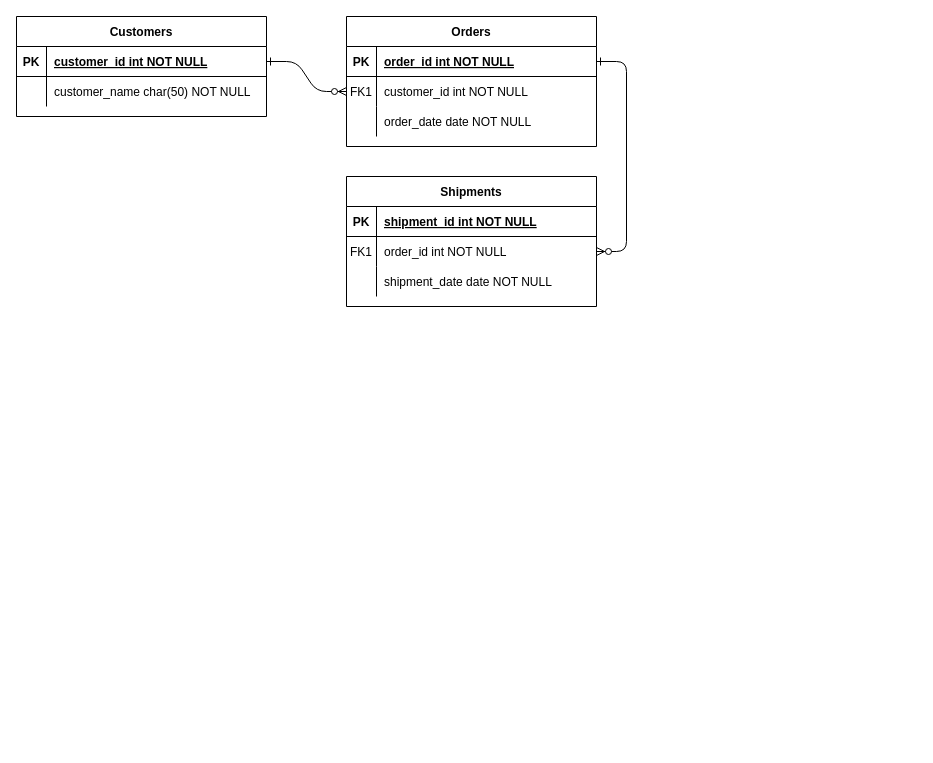
CharlesRigal/projet_website keeps this draw.io diagram as Untitled Diagram.drawio. Above is the earlier version. Source tidied: cells renumbered, new cells numbered last; positions are measured from the earlier drawing's top-left corner, leaving out a move shared by most shapes. Both pictures are drawn from the tidied source at 100%, with x=0, y=0 at pixel (16, 16).
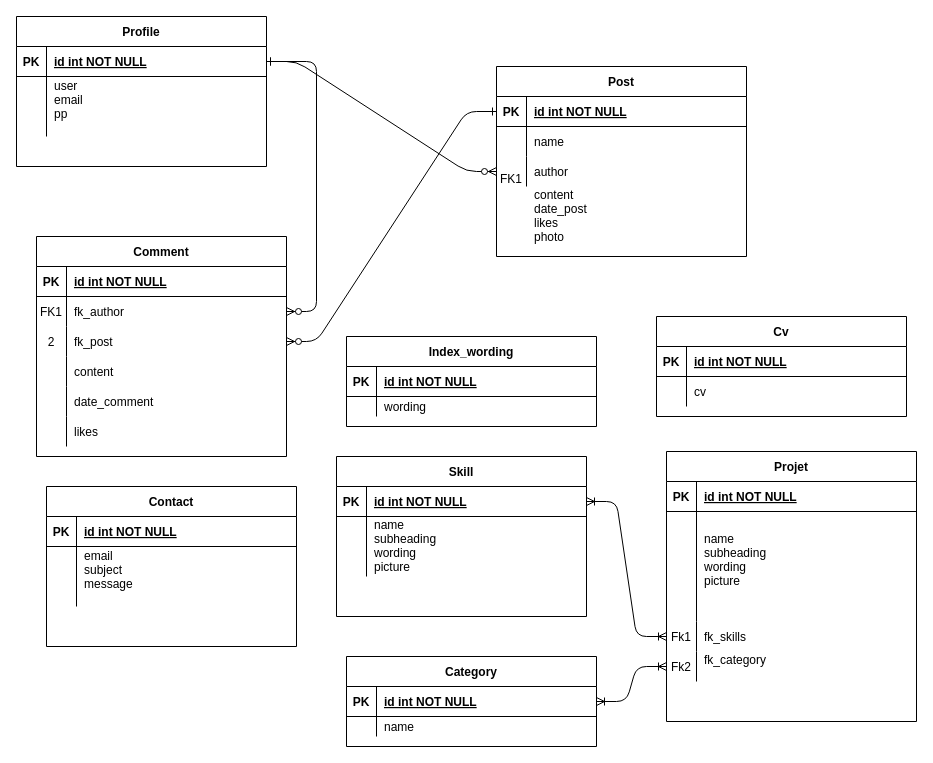
The same page after the edit.

The change refers to these unchanged cells:
```xml
<mxCell id="5" style="shape=partialRectangle;fillColor=none;points=[[0,0.5],[1,0.5]];portConstraint=eastwest;top=0;left=0;right=0;bottom=1;" parent="4" vertex="1">
  <mxGeometry y="30" width="250" height="30" as="geometry" />
</mxCell>
<mxCell id="8" style="shape=partialRectangle;fillColor=none;points=[[0,0.5],[1,0.5]];portConstraint=eastwest;top=0;left=0;right=0;bottom=0;" parent="4" vertex="1">
  <mxGeometry y="60" width="250" height="30" as="geometry" />
</mxCell>
<mxCell id="11" style="shape=partialRectangle;fillColor=none;points=[[0,0.5],[1,0.5]];portConstraint=eastwest;top=0;left=0;right=0;bottom=0;" parent="4" vertex="1">
  <mxGeometry y="90" width="250" height="30" as="geometry" />
</mxCell>
<mxCell id="15" style="shape=partialRectangle;fillColor=none;top=0;left=0;right=0;bottom=1;" parent="14" vertex="1">
  <mxGeometry y="30" width="250" height="30" as="geometry" />
</mxCell>
<mxCell id="18" style="shape=partialRectangle;fillColor=none;points=[[0,0.5],[1,0.5]];portConstraint=eastwest;top=0;left=0;right=0;bottom=0;" parent="14" vertex="1">
  <mxGeometry y="60" width="250" height="30" as="geometry" />
</mxCell>
<mxCell id="25" style="shape=partialRectangle;fillColor=none;points=[[0,0.5],[1,0.5]];portConstraint=eastwest;top=0;left=0;right=0;bottom=1;" parent="24" vertex="1">
  <mxGeometry y="30" width="250" height="30" as="geometry" />
</mxCell>
```

What changed in the source:
```diff
@@
-    <mxCell id="2" style="edgeStyle=entityRelationEdgeStyle;endArrow=ERzeroToMany;startArrow=ERone;endFill=1;startFill=0;" parent="1" edge="1" source="25" target="8">
+    <mxCell id="2" style="edgeStyle=entityRelationEdgeStyle;endArrow=ERzeroToMany;startArrow=ERone;endFill=1;startFill=0;" parent="1" edge="1" source="25" target="11">
       <mxGeometry relative="1" as="geometry" />
     </mxCell>
-    <mxCell id="3" style="edgeStyle=entityRelationEdgeStyle;endArrow=ERzeroToMany;startArrow=ERone;endFill=1;startFill=0;" parent="1" edge="1" source="5" target="18">
+    <mxCell id="3" style="edgeStyle=entityRelationEdgeStyle;endArrow=ERzeroToMany;startArrow=ERone;endFill=1;startFill=0;" parent="1" edge="1" source="25" target="18">
       <mxGeometry relative="1" as="geometry" />
     </mxCell>
-    <mxCell id="4" value="Orders" style="shape=table;startSize=30;childLayout=tableLayout;rowLines=0;fontStyle=1;align=center;" parent="1" vertex="1">
-      <mxGeometry x="330" width="250" height="130" as="geometry" />
+    <mxCell id="4" value="Post" style="shape=table;startSize=30;childLayout=tableLayout;rowLines=0;fontStyle=1;align=center;" parent="1" vertex="1">
+      <mxGeometry x="480" y="50" width="250" height="190" as="geometry" />
     </mxCell>
@@
-    <mxCell id="7" value="order_id int NOT NULL " style="shape=partialRectangle;overflow=hidden;fillColor=none;top=0;left=0;bottom=0;right=0;align=left;spacingLeft=6;fontStyle=5;" parent="5" vertex="1">
+    <mxCell id="7" value="id int NOT NULL " style="shape=partialRectangle;overflow=hidden;fillColor=none;top=0;left=0;bottom=0;right=0;align=left;spacingLeft=6;fontStyle=5;" parent="5" vertex="1">
       <mxGeometry x="30" width="220" height="30" as="geometry" />
     </mxCell>
@@
-    <mxCell id="9" value="FK1" style="shape=partialRectangle;overflow=hidden;fillColor=none;top=0;left=0;bottom=0;right=0;" parent="8" vertex="1">
+    <mxCell id="9" style="shape=partialRectangle;overflow=hidden;fillColor=none;top=0;left=0;bottom=0;right=0;" parent="8" vertex="1">
       <mxGeometry width="30" height="30" as="geometry" />
     </mxCell>
-    <mxCell id="10" value="customer_id int NOT NULL" style="shape=partialRectangle;overflow=hidden;fillColor=none;top=0;left=0;bottom=0;right=0;align=left;spacingLeft=6;" parent="8" vertex="1">
+    <mxCell id="10" value="name" style="shape=partialRectangle;overflow=hidden;fillColor=none;top=0;left=0;bottom=0;right=0;align=left;spacingLeft=6;" parent="8" vertex="1">
       <mxGeometry x="30" width="220" height="30" as="geometry" />
     </mxCell>
@@
-    <mxCell id="12" style="shape=partialRectangle;overflow=hidden;fillColor=none;top=0;left=0;bottom=0;right=0;" parent="11" vertex="1">
+    <mxCell id="12" value="&#10;FK1&#10;" style="shape=partialRectangle;overflow=hidden;fillColor=none;top=0;left=0;bottom=0;right=0;" parent="11" vertex="1">
       <mxGeometry width="30" height="30" as="geometry" />
     </mxCell>
-    <mxCell id="13" value="order_date date NOT NULL" style="shape=partialRectangle;overflow=hidden;fillColor=none;top=0;left=0;bottom=0;right=0;align=left;spacingLeft=6;" parent="11" vertex="1">
+    <mxCell id="13" value="author" style="shape=partialRectangle;overflow=hidden;fillColor=none;top=0;left=0;bottom=0;right=0;align=left;spacingLeft=6;" parent="11" vertex="1">
       <mxGeometry x="30" width="220" height="30" as="geometry" />
     </mxCell>
-    <mxCell id="14" value="Shipments" style="shape=table;startSize=30;childLayout=tableLayout;rowLines=0;fontStyle=1;align=center;" parent="1" vertex="1">
-      <mxGeometry x="330" y="160" width="250" height="130" as="geometry" />
+    <mxCell id="14" value="Comment" style="shape=table;startSize=30;childLayout=tableLayout;rowLines=0;fontStyle=1;align=center;" parent="1" vertex="1">
+      <mxGeometry x="20" y="220" width="250" height="220" as="geometry" />
     </mxCell>
@@
-    <mxCell id="17" value="shipment_id int NOT NULL " style="shape=partialRectangle;overflow=hidden;fillColor=none;top=0;left=0;bottom=0;right=0;align=left;spacingLeft=6;fontStyle=5;" parent="15" vertex="1">
+    <mxCell id="17" value="id int NOT NULL " style="shape=partialRectangle;overflow=hidden;fillColor=none;top=0;left=0;bottom=0;right=0;align=left;spacingLeft=6;fontStyle=5;" parent="15" vertex="1">
       <mxGeometry x="30" width="220" height="30" as="geometry" />
     </mxCell>
@@
-    <mxCell id="20" value="order_id int NOT NULL" style="shape=partialRectangle;overflow=hidden;fillColor=none;top=0;left=0;bottom=0;right=0;align=left;spacingLeft=6;" parent="18" vertex="1">
+    <mxCell id="20" value="fk_author" style="shape=partialRectangle;overflow=hidden;fillColor=none;top=0;left=0;bottom=0;right=0;align=left;spacingLeft=6;" parent="18" vertex="1">
       <mxGeometry x="30" width="220" height="30" as="geometry" />
     </mxCell>
+    <mxCell id="31" style="shape=partialRectangle;fillColor=none;points=[[0,0.5],[1,0.5]];portConstraint=eastwest;top=0;left=0;right=0;bottom=0;" parent="14" vertex="1">
+      <mxGeometry y="90" width="250" height="30" as="geometry" />
+    </mxCell>
+    <mxCell id="32" value="2" style="shape=partialRectangle;overflow=hidden;fillColor=none;top=0;left=0;bottom=0;right=0;" parent="31" vertex="1">
+      <mxGeometry width="30" height="30" as="geometry" />
+    </mxCell>
+    <mxCell id="33" value="fk_post" style="shape=partialRectangle;overflow=hidden;fillColor=none;top=0;left=0;bottom=0;right=0;align=left;spacingLeft=6;" parent="31" vertex="1">
+      <mxGeometry x="30" width="220" height="30" as="geometry" />
+    </mxCell>
     <mxCell id="21" style="shape=partialRectangle;fillColor=none;top=0;left=0;right=0;bottom=0;" parent="14" vertex="1">
-      <mxGeometry y="90" width="250" height="30" as="geometry" />
+      <mxGeometry y="120" width="250" height="30" as="geometry" />
     </mxCell>
@@
-    <mxCell id="23" value="shipment_date date NOT NULL" style="shape=partialRectangle;overflow=hidden;fillColor=none;top=0;left=0;bottom=0;right=0;align=left;spacingLeft=6;" parent="21" vertex="1">
+    <mxCell id="23" value="content" style="shape=partialRectangle;overflow=hidden;fillColor=none;top=0;left=0;bottom=0;right=0;align=left;spacingLeft=6;" parent="21" vertex="1">
       <mxGeometry x="30" width="220" height="30" as="geometry" />
     </mxCell>
+    <mxCell id="34" style="shape=partialRectangle;fillColor=none;top=0;left=0;right=0;bottom=0;" parent="14" vertex="1">
+      <mxGeometry y="150" width="250" height="30" as="geometry" />
+    </mxCell>
+    <mxCell id="35" style="shape=partialRectangle;overflow=hidden;fillColor=none;top=0;left=0;bottom=0;right=0;" parent="34" vertex="1">
+      <mxGeometry width="30" height="30" as="geometry" />
+    </mxCell>
+    <mxCell id="36" value="date_comment" style="shape=partialRectangle;overflow=hidden;fillColor=none;top=0;left=0;bottom=0;right=0;align=left;spacingLeft=6;" parent="34" vertex="1">
+      <mxGeometry x="30" width="220" height="30" as="geometry" />
+    </mxCell>
+    <mxCell id="37" style="shape=partialRectangle;fillColor=none;top=0;left=0;right=0;bottom=0;" parent="14" vertex="1">
+      <mxGeometry y="180" width="250" height="30" as="geometry" />
+    </mxCell>
+    <mxCell id="38" style="shape=partialRectangle;overflow=hidden;fillColor=none;top=0;left=0;bottom=0;right=0;" parent="37" vertex="1">
+      <mxGeometry width="30" height="30" as="geometry" />
+    </mxCell>
+    <mxCell id="39" value="likes" style="shape=partialRectangle;overflow=hidden;fillColor=none;top=0;left=0;bottom=0;right=0;align=left;spacingLeft=6;" parent="37" vertex="1">
+      <mxGeometry x="30" width="220" height="30" as="geometry" />
+    </mxCell>
-    <mxCell id="24" value="Customers" style="shape=table;startSize=30;childLayout=tableLayout;rowLines=0;fontStyle=1;align=center;" parent="1" vertex="1">
-      <mxGeometry width="250" height="100" as="geometry" />
+    <mxCell id="24" value="Profile" style="shape=table;startSize=30;childLayout=tableLayout;rowLines=0;fontStyle=1;align=center;" parent="1" vertex="1">
+      <mxGeometry width="250" height="150" as="geometry" />
     </mxCell>
@@
-    <mxCell id="27" value="customer_id int NOT NULL " style="shape=partialRectangle;overflow=hidden;fillColor=none;top=0;left=0;bottom=0;right=0;align=left;spacingLeft=6;fontStyle=5;" parent="25" vertex="1">
+    <mxCell id="27" value="id int NOT NULL " style="shape=partialRectangle;overflow=hidden;fillColor=none;top=0;left=0;bottom=0;right=0;align=left;spacingLeft=6;fontStyle=5;" parent="25" vertex="1">
       <mxGeometry x="30" width="220" height="30" as="geometry" />
     </mxCell>
     <mxCell id="28" style="shape=partialRectangle;fillColor=none;top=0;left=0;right=0;bottom=0;" parent="24" vertex="1">
-      <mxGeometry y="60" width="250" height="30" as="geometry" />
+      <mxGeometry y="60" width="250" height="60" as="geometry" />
     </mxCell>
     <mxCell id="29" style="shape=partialRectangle;overflow=hidden;fillColor=none;top=0;left=0;bottom=0;right=0;" parent="28" vertex="1">
-      <mxGeometry width="30" height="30" as="geometry" />
+      <mxGeometry width="30" height="60" as="geometry" />
     </mxCell>
-    <mxCell id="30" value="customer_name char(50) NOT NULL" style="shape=partialRectangle;overflow=hidden;fillColor=none;top=0;left=0;bottom=0;right=0;align=left;spacingLeft=6;" parent="28" vertex="1">
-      <mxGeometry x="30" width="220" height="30" as="geometry" />
+    <mxCell id="30" value="user&#10;email&#10;pp&#10;" style="shape=partialRectangle;overflow=hidden;fillColor=none;top=0;left=0;bottom=0;right=0;align=left;spacingLeft=6;" parent="28" vertex="1">
+      <mxGeometry x="30" width="220" height="60" as="geometry" />
     </mxCell>
+    <mxCell id="40" value="content&#10;date_post&#10;likes&#10;photo&#10;" style="shape=partialRectangle;overflow=hidden;fillColor=none;top=0;left=0;bottom=0;right=0;align=left;spacingLeft=6;" parent="1" vertex="1">
+      <mxGeometry x="510" y="170" width="220" height="70" as="geometry" />
+    </mxCell>
+    <mxCell id="41" style="edgeStyle=entityRelationEdgeStyle;endArrow=ERzeroToMany;startArrow=ERone;endFill=1;startFill=0;" parent="1" edge="1" source="5" target="31">
+      <mxGeometry relative="1" as="geometry" />
+    </mxCell>
+    <mxCell id="42" value="Category" style="shape=table;startSize=30;childLayout=tableLayout;rowLines=0;fontStyle=1;align=center;" parent="1" vertex="1">
+      <mxGeometry x="330" y="640" width="250" height="90" as="geometry" />
+    </mxCell>
+    <mxCell id="43" style="shape=partialRectangle;fillColor=none;points=[[0,0.5],[1,0.5]];portConstraint=eastwest;top=0;left=0;right=0;bottom=1;" parent="42" vertex="1">
+      <mxGeometry y="30" width="250" height="30" as="geometry" />
+    </mxCell>
+    <mxCell id="44" value="PK" style="shape=partialRectangle;overflow=hidden;fillColor=none;top=0;left=0;bottom=0;right=0;fontStyle=1;" parent="43" vertex="1">
+      <mxGeometry width="30" height="30" as="geometry" />
+    </mxCell>
+    <mxCell id="45" value="id int NOT NULL " style="shape=partialRectangle;overflow=hidden;fillColor=none;top=0;left=0;bottom=0;right=0;align=left;spacingLeft=6;fontStyle=5;" parent="43" vertex="1">
+      <mxGeometry x="30" width="220" height="30" as="geometry" />
+    </mxCell>
+    <mxCell id="46" style="shape=partialRectangle;fillColor=none;top=0;left=0;right=0;bottom=0;" parent="42" vertex="1">
+      <mxGeometry y="60" width="250" height="20" as="geometry" />
+    </mxCell>
+    <mxCell id="47" style="shape=partialRectangle;overflow=hidden;fillColor=none;top=0;left=0;bottom=0;right=0;" parent="46" vertex="1">
+      <mxGeometry width="30" height="20" as="geometry" />
+    </mxCell>
+    <mxCell id="48" value="name" style="shape=partialRectangle;overflow=hidden;fillColor=none;top=0;left=0;bottom=0;right=0;align=left;spacingLeft=6;" parent="46" vertex="1">
+      <mxGeometry x="30" width="220" height="20" as="geometry" />
+    </mxCell>
+    <mxCell id="49" value="Index_wording" style="shape=table;startSize=30;childLayout=tableLayout;rowLines=0;fontStyle=1;align=center;" parent="1" vertex="1">
+      <mxGeometry x="330" y="320" width="250" height="90" as="geometry" />
+    </mxCell>
+    <mxCell id="50" style="shape=partialRectangle;fillColor=none;top=0;left=0;right=0;bottom=1;" parent="49" vertex="1">
+      <mxGeometry y="30" width="250" height="30" as="geometry" />
+    </mxCell>
+    <mxCell id="51" value="PK" style="shape=partialRectangle;overflow=hidden;fillColor=none;top=0;left=0;bottom=0;right=0;fontStyle=1;" parent="50" vertex="1">
+      <mxGeometry width="30" height="30" as="geometry" />
+    </mxCell>
+    <mxCell id="52" value="id int NOT NULL " style="shape=partialRectangle;overflow=hidden;fillColor=none;top=0;left=0;bottom=0;right=0;align=left;spacingLeft=6;fontStyle=5;" parent="50" vertex="1">
+      <mxGeometry x="30" width="220" height="30" as="geometry" />
+    </mxCell>
+    <mxCell id="53" style="shape=partialRectangle;fillColor=none;top=0;left=0;right=0;bottom=0;" parent="49" vertex="1">
+      <mxGeometry y="60" width="250" height="20" as="geometry" />
+    </mxCell>
+    <mxCell id="54" style="shape=partialRectangle;overflow=hidden;fillColor=none;top=0;left=0;bottom=0;right=0;" parent="53" vertex="1">
+      <mxGeometry width="30" height="20" as="geometry" />
+    </mxCell>
+    <mxCell id="55" value="wording" style="shape=partialRectangle;overflow=hidden;fillColor=none;top=0;left=0;bottom=0;right=0;align=left;spacingLeft=6;" parent="53" vertex="1">
+      <mxGeometry x="30" width="220" height="20" as="geometry" />
+    </mxCell>
+    <mxCell id="56" value="Contact" style="shape=table;startSize=30;childLayout=tableLayout;rowLines=0;fontStyle=1;align=center;" parent="1" vertex="1">
+      <mxGeometry x="30" y="470" width="250" height="160" as="geometry" />
+    </mxCell>
+    <mxCell id="57" style="shape=partialRectangle;fillColor=none;top=0;left=0;right=0;bottom=1;" parent="56" vertex="1">
+      <mxGeometry y="30" width="250" height="30" as="geometry" />
+    </mxCell>
+    <mxCell id="58" value="PK" style="shape=partialRectangle;overflow=hidden;fillColor=none;top=0;left=0;bottom=0;right=0;fontStyle=1;" parent="57" vertex="1">
+      <mxGeometry width="30" height="30" as="geometry" />
+    </mxCell>
+    <mxCell id="59" value="id int NOT NULL " style="shape=partialRectangle;overflow=hidden;fillColor=none;top=0;left=0;bottom=0;right=0;align=left;spacingLeft=6;fontStyle=5;" parent="57" vertex="1">
+      <mxGeometry x="30" width="220" height="30" as="geometry" />
+    </mxCell>
+    <mxCell id="60" style="shape=partialRectangle;fillColor=none;top=0;left=0;right=0;bottom=0;" parent="56" vertex="1">
+      <mxGeometry y="60" width="250" height="60" as="geometry" />
+    </mxCell>
+    <mxCell id="61" style="shape=partialRectangle;overflow=hidden;fillColor=none;top=0;left=0;bottom=0;right=0;" parent="60" vertex="1">
+      <mxGeometry width="30" height="60" as="geometry" />
+    </mxCell>
+    <mxCell id="62" value="email&#10;subject&#10;message&#10;" style="shape=partialRectangle;overflow=hidden;fillColor=none;top=0;left=0;bottom=0;right=0;align=left;spacingLeft=6;" parent="60" vertex="1">
+      <mxGeometry x="30" width="220" height="60" as="geometry" />
+    </mxCell>
+    <mxCell id="63" value="Cv" style="shape=table;startSize=30;childLayout=tableLayout;rowLines=0;fontStyle=1;align=center;" parent="1" vertex="1">
+      <mxGeometry x="640" y="300" width="250" height="100" as="geometry" />
+    </mxCell>
+    <mxCell id="64" style="shape=partialRectangle;fillColor=none;top=0;left=0;right=0;bottom=1;" parent="63" vertex="1">
+      <mxGeometry y="30" width="250" height="30" as="geometry" />
+    </mxCell>
+    <mxCell id="65" value="PK" style="shape=partialRectangle;overflow=hidden;fillColor=none;top=0;left=0;bottom=0;right=0;fontStyle=1;" parent="64" vertex="1">
+      <mxGeometry width="30" height="30" as="geometry" />
+    </mxCell>
+    <mxCell id="66" value="id int NOT NULL " style="shape=partialRectangle;overflow=hidden;fillColor=none;top=0;left=0;bottom=0;right=0;align=left;spacingLeft=6;fontStyle=5;" parent="64" vertex="1">
+      <mxGeometry x="30" width="220" height="30" as="geometry" />
+    </mxCell>
+    <mxCell id="67" style="shape=partialRectangle;fillColor=none;top=0;left=0;right=0;bottom=0;" parent="63" vertex="1">
+      <mxGeometry y="60" width="250" height="30" as="geometry" />
+    </mxCell>
+    <mxCell id="68" style="shape=partialRectangle;overflow=hidden;fillColor=none;top=0;left=0;bottom=0;right=0;" parent="67" vertex="1">
+      <mxGeometry width="30" height="30" as="geometry" />
+    </mxCell>
+    <mxCell id="69" value="cv" style="shape=partialRectangle;overflow=hidden;fillColor=none;top=0;left=0;bottom=0;right=0;align=left;spacingLeft=6;" parent="67" vertex="1">
+      <mxGeometry x="30" width="220" height="30" as="geometry" />
+    </mxCell>
+    <mxCell id="70" value="Skill" style="shape=table;startSize=30;childLayout=tableLayout;rowLines=0;fontStyle=1;align=center;" parent="1" vertex="1">
+      <mxGeometry x="320" y="440" width="250" height="160" as="geometry" />
+    </mxCell>
+    <mxCell id="71" style="shape=partialRectangle;fillColor=none;points=[[0,0.5],[1,0.5]];portConstraint=eastwest;top=0;left=0;right=0;bottom=1;" parent="70" vertex="1">
+      <mxGeometry y="30" width="250" height="30" as="geometry" />
+    </mxCell>
+    <mxCell id="72" value="PK" style="shape=partialRectangle;overflow=hidden;fillColor=none;top=0;left=0;bottom=0;right=0;fontStyle=1;" parent="71" vertex="1">
+      <mxGeometry width="30" height="30" as="geometry" />
+    </mxCell>
+    <mxCell id="73" value="id int NOT NULL " style="shape=partialRectangle;overflow=hidden;fillColor=none;top=0;left=0;bottom=0;right=0;align=left;spacingLeft=6;fontStyle=5;" parent="71" vertex="1">
+      <mxGeometry x="30" width="220" height="30" as="geometry" />
+    </mxCell>
+    <mxCell id="74" style="shape=partialRectangle;fillColor=none;top=0;left=0;right=0;bottom=0;" parent="70" vertex="1">
+      <mxGeometry y="60" width="250" height="60" as="geometry" />
+    </mxCell>
+    <mxCell id="75" style="shape=partialRectangle;overflow=hidden;fillColor=none;top=0;left=0;bottom=0;right=0;" parent="74" vertex="1">
+      <mxGeometry width="30" height="60" as="geometry" />
+    </mxCell>
+    <mxCell id="76" value="name&#10;subheading&#10;wording&#10;picture&#10;" style="shape=partialRectangle;overflow=hidden;fillColor=none;top=0;left=0;bottom=0;right=0;align=left;spacingLeft=6;" parent="74" vertex="1">
+      <mxGeometry x="30" width="220" height="60" as="geometry" />
+    </mxCell>
+    <mxCell id="77" value="Projet" style="shape=table;startSize=30;childLayout=tableLayout;rowLines=0;fontStyle=1;align=center;" parent="1" vertex="1">
+      <mxGeometry x="650" y="435" width="250" height="270" as="geometry" />
+    </mxCell>
+    <mxCell id="78" style="shape=partialRectangle;fillColor=none;top=0;left=0;right=0;bottom=1;" parent="77" vertex="1">
+      <mxGeometry y="30" width="250" height="30" as="geometry" />
+    </mxCell>
+    <mxCell id="79" value="PK" style="shape=partialRectangle;overflow=hidden;fillColor=none;top=0;left=0;bottom=0;right=0;fontStyle=1;" parent="78" vertex="1">
+      <mxGeometry width="30" height="30" as="geometry" />
+    </mxCell>
+    <mxCell id="80" value="id int NOT NULL " style="shape=partialRectangle;overflow=hidden;fillColor=none;top=0;left=0;bottom=0;right=0;align=left;spacingLeft=6;fontStyle=5;" parent="78" vertex="1">
+      <mxGeometry x="30" width="220" height="30" as="geometry" />
+    </mxCell>
+    <mxCell id="81" style="shape=partialRectangle;fillColor=none;top=0;left=0;right=0;bottom=0;" parent="77" vertex="1">
+      <mxGeometry y="60" width="250" height="110" as="geometry" />
+    </mxCell>
+    <mxCell id="82" style="shape=partialRectangle;overflow=hidden;fillColor=none;top=0;left=0;bottom=0;right=0;" parent="81" vertex="1">
+      <mxGeometry width="30" height="110" as="geometry" />
+    </mxCell>
+    <mxCell id="83" value="name&#10;subheading&#10;wording&#10;picture&#10;" style="shape=partialRectangle;overflow=hidden;fillColor=none;top=0;left=0;bottom=0;right=0;align=left;spacingLeft=6;" parent="81" vertex="1">
+      <mxGeometry x="30" width="220" height="110" as="geometry" />
+    </mxCell>
+    <mxCell id="84" style="shape=partialRectangle;fillColor=none;points=[[0,0.5],[1,0.5]];portConstraint=eastwest;top=0;left=0;right=0;bottom=0;" parent="77" vertex="1">
+      <mxGeometry y="170" width="250" height="30" as="geometry" />
+    </mxCell>
+    <mxCell id="85" value="Fk1" style="shape=partialRectangle;overflow=hidden;fillColor=none;top=0;left=0;bottom=0;right=0;" parent="84" vertex="1">
+      <mxGeometry width="30" height="30" as="geometry" />
+    </mxCell>
+    <mxCell id="86" value="fk_skills" style="shape=partialRectangle;overflow=hidden;fillColor=none;top=0;left=0;bottom=0;right=0;align=left;spacingLeft=6;" parent="84" vertex="1">
+      <mxGeometry x="30" width="220" height="30" as="geometry" />
+    </mxCell>
+    <mxCell id="87" style="shape=partialRectangle;fillColor=none;points=[[0,0.5],[1,0.5]];portConstraint=eastwest;top=0;left=0;right=0;bottom=0;" parent="77" vertex="1">
+      <mxGeometry y="200" width="250" height="30" as="geometry" />
+    </mxCell>
+    <mxCell id="88" value="Fk2" style="shape=partialRectangle;overflow=hidden;fillColor=none;top=0;left=0;bottom=0;right=0;" parent="87" vertex="1">
+      <mxGeometry width="30" height="30" as="geometry" />
+    </mxCell>
+    <mxCell id="89" value="fk_category&#10;" style="shape=partialRectangle;overflow=hidden;fillColor=none;top=0;left=0;bottom=0;right=0;align=left;spacingLeft=6;" parent="87" vertex="1">
+      <mxGeometry x="30" width="220" height="30" as="geometry" />
+    </mxCell>
+    <mxCell id="90" style="edgeStyle=entityRelationEdgeStyle;fontSize=12;html=1;endArrow=ERoneToMany;startArrow=ERoneToMany;" parent="1" edge="1" source="71" target="84">
+      <mxGeometry relative="1" as="geometry" />
+    </mxCell>
+    <mxCell id="91" style="edgeStyle=entityRelationEdgeStyle;fontSize=12;html=1;endArrow=ERoneToMany;startArrow=ERoneToMany;exitX=1;exitY=0.5;exitDx=0;exitDy=0;" parent="1" edge="1" source="43" target="87">
+      <mxGeometry relative="1" as="geometry" />
+    </mxCell>
```
